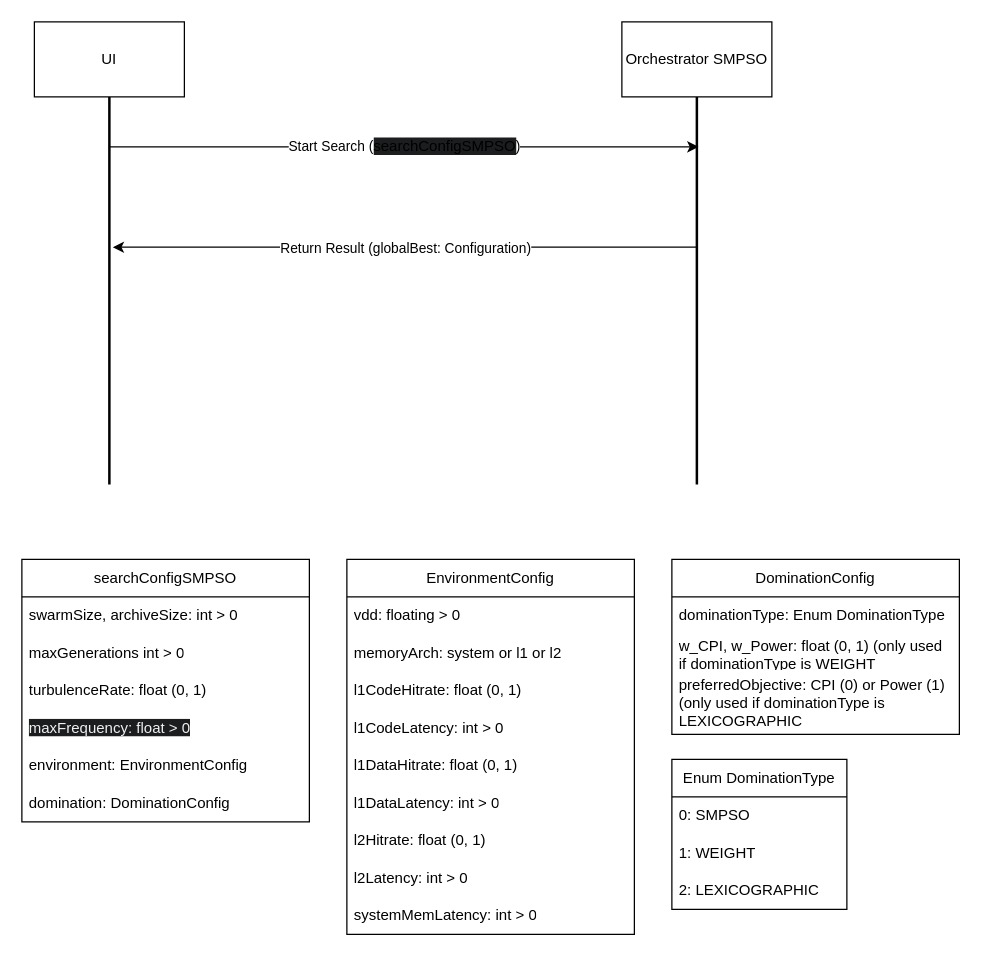
The draw.io diagram page "SMPSO" (1 of 2) of scheme/UI-Orchestrator.drawio in R-a-d-u/PSATSimSimulation, before the edit. Source tidied: cells renumbered, new cells numbered last; positions are measured from the earlier drawing's top-left corner, leaving out a move shared by most shapes. Both pictures are drawn from the tidied source at 125%, with x=0, y=0 at pixel (21, 21).
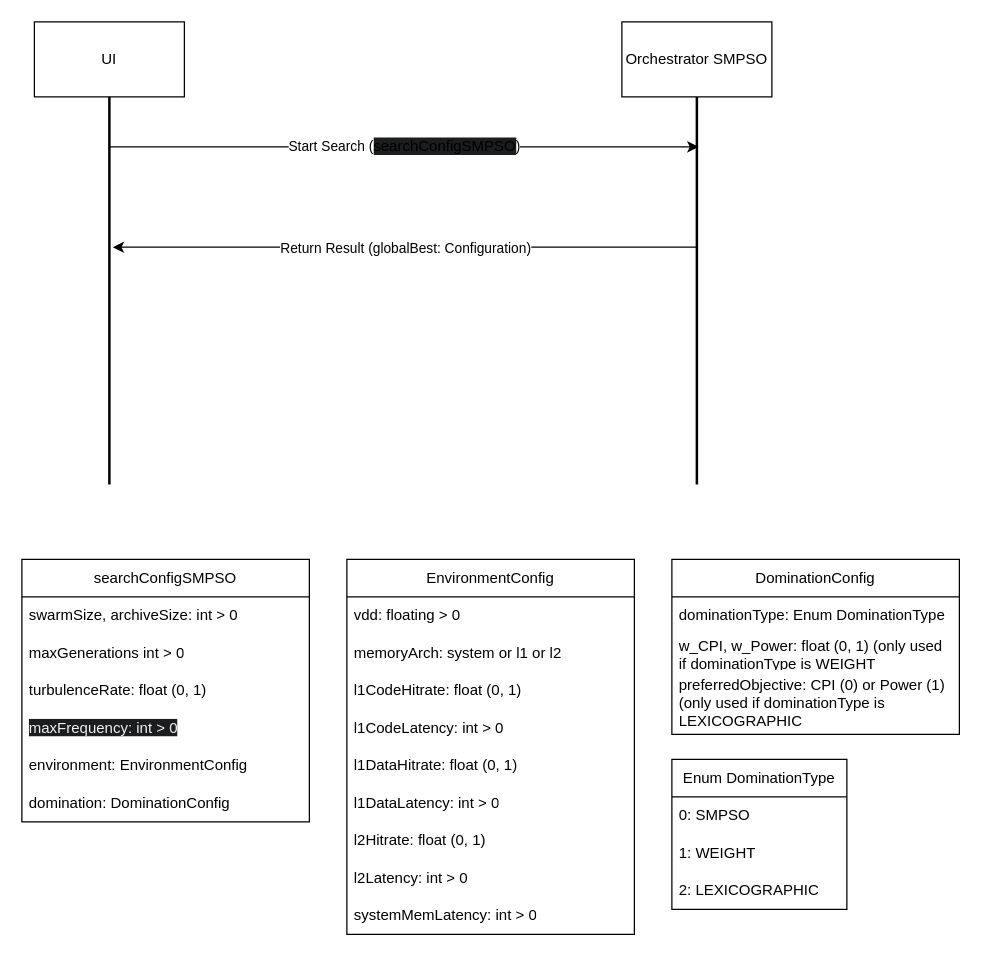
The same page after the edit.

The change refers to these unchanged cells:
```xml
<mxCell id="10" value="searchConfigSMPSO" style="swimlane;fontStyle=0;horizontal=1;startSize=30;whiteSpace=wrap;html=1;" parent="1" vertex="1">
  <mxGeometry y="430" width="230" height="210" as="geometry" />
</mxCell>
```

Diff of the diagram source:
```diff
@@
-    <mxCell id="14" value="&lt;span style=&quot;color: rgb(240, 240, 240); font-family: Helvetica; font-size: 12px; font-style: normal; font-variant-ligatures: normal; font-variant-caps: normal; font-weight: 400; letter-spacing: normal; orphans: 2; text-align: left; text-indent: 0px; text-transform: none; widows: 2; word-spacing: 0px; -webkit-text-stroke-width: 0px; white-space: normal; background-color: rgb(27, 29, 30); text-decoration-thickness: initial; text-decoration-style: initial; text-decoration-color: initial; display: inline !important; float: none;&quot;&gt;maxFrequency: float &amp;gt; 0&lt;/span&gt;" style="text;strokeColor=none;fillColor=none;align=left;verticalAlign=middle;spacingLeft=4;spacingRight=4;overflow=hidden;whiteSpace=wrap;html=1;" parent="10" vertex="1">
+    <mxCell id="14" value="&lt;span style=&quot;color: rgb(240, 240, 240); font-family: Helvetica; font-size: 12px; font-style: normal; font-variant-ligatures: normal; font-variant-caps: normal; font-weight: 400; letter-spacing: normal; orphans: 2; text-align: left; text-indent: 0px; text-transform: none; widows: 2; word-spacing: 0px; -webkit-text-stroke-width: 0px; white-space: normal; background-color: rgb(27, 29, 30); text-decoration-thickness: initial; text-decoration-style: initial; text-decoration-color: initial; display: inline !important; float: none;&quot;&gt;maxFrequency: int &amp;gt; 0&lt;/span&gt;" style="text;strokeColor=none;fillColor=none;align=left;verticalAlign=middle;spacingLeft=4;spacingRight=4;overflow=hidden;whiteSpace=wrap;html=1;" parent="10" vertex="1">
       <mxGeometry y="120" width="230" height="30" as="geometry" />
     </mxCell>
```
